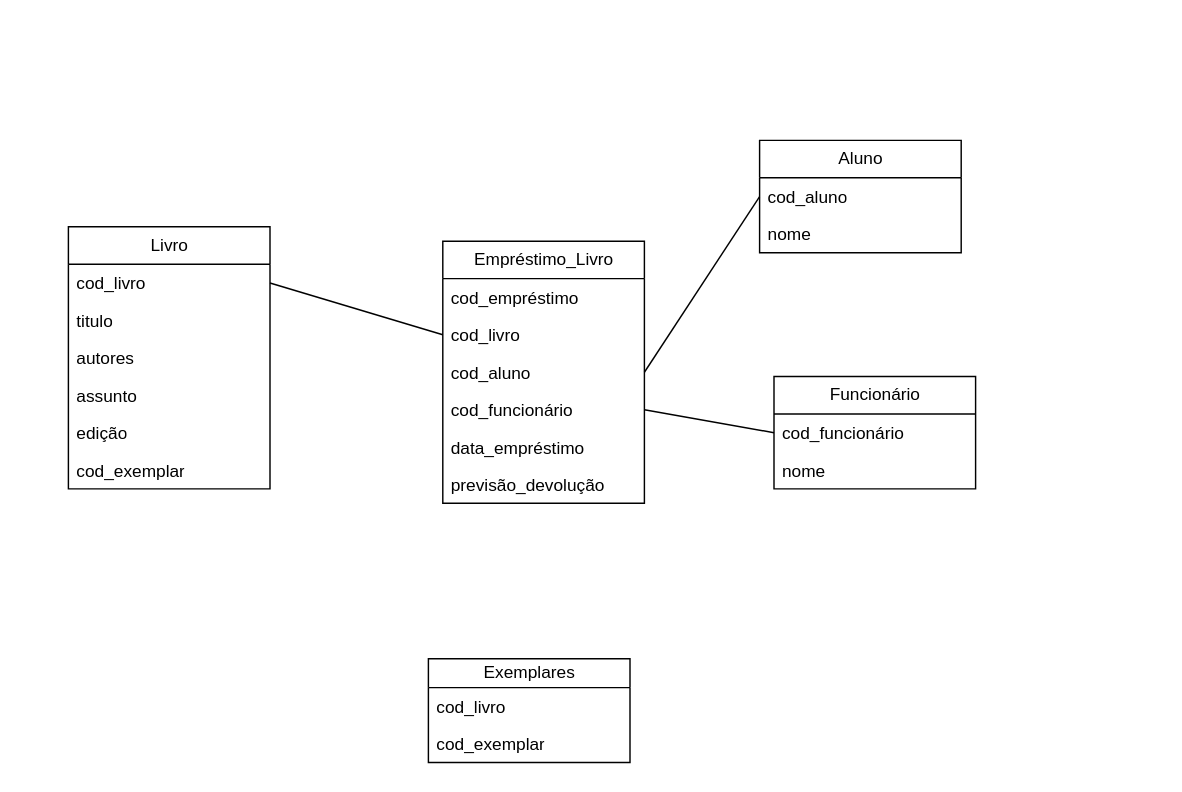
The draw.io diagram Sistema de Biblioteca.drawio in jennifergomes/BD, before the edit. Source tidied: cells renumbered, new cells numbered last; positions are measured from the earlier drawing's top-left corner, leaving out a move shared by most shapes. Both pictures are drawn from the tidied source at 144%, with x=0, y=0 at pixel (68, 140).
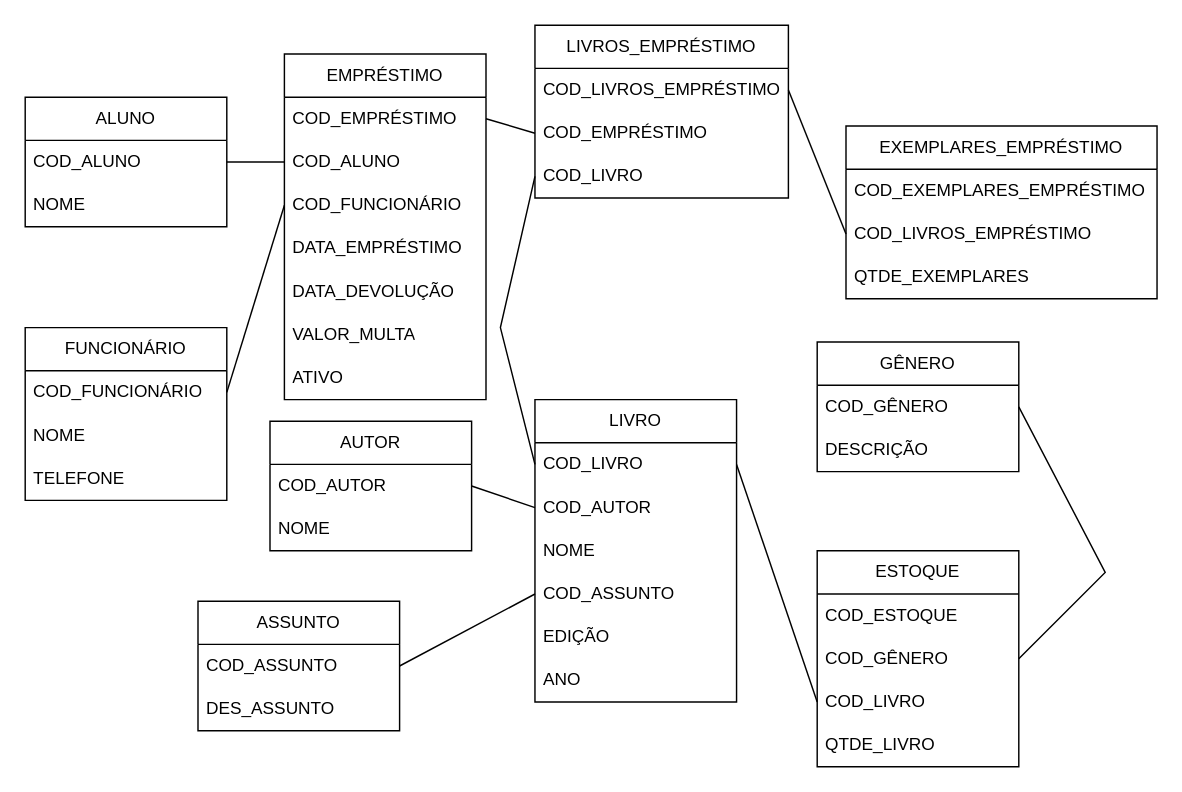
Above is the later version.

What changed in the source:
```diff
@@
-    <mxCell id="2" value="Funcionário" style="swimlane;fontStyle=0;horizontal=1;startSize=26;fillColor=none;html=1;" parent="1" vertex="1">
-      <mxGeometry x="490" y="164" width="140" height="78" as="geometry" />
-    </mxCell>
-    <mxCell id="3" value="cod_funcionário" style="text;strokeColor=none;fillColor=none;align=left;verticalAlign=top;spacingLeft=4;spacingRight=4;overflow=hidden;points=[[0,0.5],[1,0.5]];portConstraint=eastwest;whiteSpace=wrap;html=1;" parent="2" vertex="1">
-      <mxGeometry y="26" width="140" height="26" as="geometry" />
-    </mxCell>
-    <mxCell id="4" value="nome" style="text;strokeColor=none;fillColor=none;align=left;verticalAlign=top;spacingLeft=4;spacingRight=4;overflow=hidden;whiteSpace=wrap;html=1;" parent="2" vertex="1">
-      <mxGeometry y="52" width="140" height="26" as="geometry" />
-    </mxCell>
-    <mxCell id="5" value="Aluno" style="swimlane;fontStyle=0;horizontal=1;startSize=26;fillColor=none;html=1;" parent="1" vertex="1">
-      <mxGeometry x="480" width="140" height="78" as="geometry" />
-    </mxCell>
-    <mxCell id="6" value="cod_aluno" style="text;strokeColor=none;fillColor=none;align=left;verticalAlign=top;spacingLeft=4;spacingRight=4;overflow=hidden;points=[[0,0.5],[1,0.5]];portConstraint=eastwest;whiteSpace=wrap;html=1;" parent="5" vertex="1">
-      <mxGeometry y="26" width="140" height="26" as="geometry" />
-    </mxCell>
-    <mxCell id="7" value="nome" style="text;strokeColor=none;fillColor=none;align=left;verticalAlign=top;spacingLeft=4;spacingRight=4;overflow=hidden;whiteSpace=wrap;html=1;" parent="5" vertex="1">
-      <mxGeometry y="52" width="140" height="26" as="geometry" />
-    </mxCell>
-    <mxCell id="8" value="Livro" style="swimlane;fontStyle=0;horizontal=1;startSize=26;fillColor=none;html=1;" parent="1" vertex="1">
-      <mxGeometry y="60" width="140" height="182" as="geometry" />
-    </mxCell>
-    <mxCell id="9" value="cod_livro" style="text;strokeColor=none;fillColor=none;align=left;verticalAlign=top;spacingLeft=4;spacingRight=4;overflow=hidden;points=[[0,0.5],[1,0.5]];portConstraint=eastwest;whiteSpace=wrap;html=1;" parent="8" vertex="1">
-      <mxGeometry y="26" width="140" height="26" as="geometry" />
-    </mxCell>
-    <mxCell id="10" value="titulo" style="text;strokeColor=none;fillColor=none;align=left;verticalAlign=top;spacingLeft=4;spacingRight=4;overflow=hidden;whiteSpace=wrap;html=1;" parent="8" vertex="1">
-      <mxGeometry y="52" width="140" height="26" as="geometry" />
-    </mxCell>
-    <mxCell id="11" value="autores" style="text;strokeColor=none;fillColor=none;align=left;verticalAlign=top;spacingLeft=4;spacingRight=4;overflow=hidden;whiteSpace=wrap;html=1;" parent="8" vertex="1">
-      <mxGeometry y="78" width="140" height="26" as="geometry" />
-    </mxCell>
-    <mxCell id="12" value="assunto" style="text;strokeColor=none;fillColor=none;align=left;verticalAlign=top;spacingLeft=4;spacingRight=4;overflow=hidden;whiteSpace=wrap;html=1;" parent="8" vertex="1">
-      <mxGeometry y="104" width="140" height="26" as="geometry" />
-    </mxCell>
-    <mxCell id="13" value="edição" style="text;strokeColor=none;fillColor=none;align=left;verticalAlign=top;spacingLeft=4;spacingRight=4;overflow=hidden;whiteSpace=wrap;html=1;" parent="8" vertex="1">
-      <mxGeometry y="130" width="140" height="26" as="geometry" />
-    </mxCell>
-    <mxCell id="14" value="cod_exemplar" style="text;strokeColor=none;fillColor=none;align=left;verticalAlign=top;spacingLeft=4;spacingRight=4;overflow=hidden;whiteSpace=wrap;html=1;" parent="8" vertex="1">
-      <mxGeometry y="156" width="140" height="26" as="geometry" />
-    </mxCell>
-    <mxCell id="15" value="Empréstimo_Livro" style="swimlane;fontStyle=0;horizontal=1;startSize=26;fillColor=none;html=1;" parent="1" vertex="1">
-      <mxGeometry x="260" y="70" width="140" height="182" as="geometry" />
-    </mxCell>
-    <mxCell id="16" value="cod_empréstimo" style="text;strokeColor=none;fillColor=none;align=left;verticalAlign=top;spacingLeft=4;spacingRight=4;overflow=hidden;whiteSpace=wrap;html=1;" parent="15" vertex="1">
-      <mxGeometry y="26" width="140" height="26" as="geometry" />
-    </mxCell>
-    <mxCell id="17" value="cod_livro" style="text;strokeColor=none;fillColor=none;align=left;verticalAlign=top;spacingLeft=4;spacingRight=4;overflow=hidden;points=[[0,0.5],[1,0.5]];portConstraint=eastwest;whiteSpace=wrap;html=1;" parent="15" vertex="1">
-      <mxGeometry y="52" width="140" height="26" as="geometry" />
-    </mxCell>
-    <mxCell id="18" value="cod_aluno" style="text;strokeColor=none;fillColor=none;align=left;verticalAlign=top;spacingLeft=4;spacingRight=4;overflow=hidden;points=[[0,0.5],[1,0.5]];portConstraint=eastwest;whiteSpace=wrap;html=1;" parent="15" vertex="1">
-      <mxGeometry y="78" width="140" height="26" as="geometry" />
-    </mxCell>
-    <mxCell id="19" value="cod_funcionário" style="text;strokeColor=none;fillColor=none;align=left;verticalAlign=top;spacingLeft=4;spacingRight=4;overflow=hidden;points=[[0,0.5],[1,0.5]];portConstraint=eastwest;whiteSpace=wrap;html=1;" parent="15" vertex="1">
-      <mxGeometry y="104" width="140" height="26" as="geometry" />
-    </mxCell>
-    <mxCell id="20" value="data_empréstimo" style="text;strokeColor=none;fillColor=none;align=left;verticalAlign=top;spacingLeft=4;spacingRight=4;overflow=hidden;whiteSpace=wrap;html=1;" parent="15" vertex="1">
-      <mxGeometry y="130" width="140" height="26" as="geometry" />
-    </mxCell>
-    <mxCell id="21" value="previsão_devolução" style="text;strokeColor=none;fillColor=none;align=left;verticalAlign=top;spacingLeft=4;spacingRight=4;overflow=hidden;whiteSpace=wrap;html=1;" parent="15" vertex="1">
-      <mxGeometry y="156" width="140" height="26" as="geometry" />
-    </mxCell>
-    <mxCell id="22" style="endArrow=none;html=1;rounded=0;exitX=1;exitY=0.5;exitDx=0;exitDy=0;entryX=0;entryY=0.5;entryDx=0;entryDy=0;" parent="1" edge="1" source="9" target="17">
-      <mxGeometry relative="1" as="geometry" />
-    </mxCell>
-    <mxCell id="23" style="endArrow=none;html=1;rounded=0;entryX=1;entryY=0.5;entryDx=0;entryDy=0;exitX=0;exitY=0.5;exitDx=0;exitDy=0;" parent="1" edge="1" source="6" target="18">
-      <mxGeometry relative="1" as="geometry" />
-    </mxCell>
-    <mxCell id="24" style="endArrow=none;html=1;rounded=0;exitX=1;exitY=0.5;exitDx=0;exitDy=0;entryX=0;entryY=0.5;entryDx=0;entryDy=0;" parent="1" edge="1" source="19" target="3">
-      <mxGeometry relative="1" as="geometry" />
-    </mxCell>
-    <mxCell id="25" value="Exemplares" style="swimlane;fontStyle=0;horizontal=1;startSize=20;fillColor=none;html=1;" parent="1" vertex="1">
-      <mxGeometry x="250" y="360" width="140" height="72" as="geometry" />
-    </mxCell>
-    <mxCell id="26" value="cod_livro" style="text;strokeColor=none;fillColor=none;align=left;verticalAlign=top;spacingLeft=4;spacingRight=4;overflow=hidden;whiteSpace=wrap;html=1;" parent="25" vertex="1">
-      <mxGeometry y="20" width="140" height="26" as="geometry" />
-    </mxCell>
-    <mxCell id="27" value="cod_exemplar" style="text;strokeColor=none;fillColor=none;align=left;verticalAlign=top;spacingLeft=4;spacingRight=4;overflow=hidden;whiteSpace=wrap;html=1;" parent="25" vertex="1">
-      <mxGeometry y="46" width="140" height="26" as="geometry" />
-    </mxCell>
+    <mxCell id="28" value="ALUNO" style="swimlane;fontStyle=0;horizontal=1;startSize=30;whiteSpace=wrap;html=1;" parent="1" vertex="1">
+      <mxGeometry x="-30" y="-30" width="140" height="90" as="geometry" />
+    </mxCell>
+    <mxCell id="29" value="COD_ALUNO" style="text;strokeColor=none;fillColor=none;align=left;verticalAlign=middle;spacingLeft=4;spacingRight=4;overflow=hidden;points=[[0,0.5],[1,0.5]];portConstraint=eastwest;whiteSpace=wrap;html=1;" parent="28" vertex="1">
+      <mxGeometry y="30" width="140" height="30" as="geometry" />
+    </mxCell>
+    <mxCell id="30" value="NOME" style="text;strokeColor=none;fillColor=none;align=left;verticalAlign=middle;spacingLeft=4;spacingRight=4;overflow=hidden;whiteSpace=wrap;html=1;" parent="28" vertex="1">
+      <mxGeometry y="60" width="140" height="30" as="geometry" />
+    </mxCell>
+    <mxCell id="31" value="EMPRÉSTIMO" style="swimlane;fontStyle=0;horizontal=1;startSize=30;whiteSpace=wrap;html=1;" parent="1" vertex="1">
+      <mxGeometry x="150" y="-60" width="140" height="240" as="geometry" />
+    </mxCell>
+    <mxCell id="32" value="COD_EMPRÉSTIMO" style="text;strokeColor=none;fillColor=none;align=left;verticalAlign=middle;spacingLeft=4;spacingRight=4;overflow=hidden;points=[[0,0.5],[1,0.5]];portConstraint=eastwest;whiteSpace=wrap;html=1;" parent="31" vertex="1">
+      <mxGeometry y="30" width="140" height="30" as="geometry" />
+    </mxCell>
+    <mxCell id="33" value="COD_ALUNO" style="text;strokeColor=none;fillColor=none;align=left;verticalAlign=middle;spacingLeft=4;spacingRight=4;overflow=hidden;points=[[0,0.5],[1,0.5]];portConstraint=eastwest;whiteSpace=wrap;html=1;" parent="31" vertex="1">
+      <mxGeometry y="60" width="140" height="30" as="geometry" />
+    </mxCell>
+    <mxCell id="34" value="COD_FUNCIONÁRIO" style="text;strokeColor=none;fillColor=none;align=left;verticalAlign=middle;spacingLeft=4;spacingRight=4;overflow=hidden;points=[[0,0.5],[1,0.5]];portConstraint=eastwest;whiteSpace=wrap;html=1;" parent="31" vertex="1">
+      <mxGeometry y="90" width="140" height="30" as="geometry" />
+    </mxCell>
+    <mxCell id="35" value="DATA_EMPRÉSTIMO" style="text;strokeColor=none;fillColor=none;align=left;verticalAlign=middle;spacingLeft=4;spacingRight=4;overflow=hidden;whiteSpace=wrap;html=1;" parent="31" vertex="1">
+      <mxGeometry y="120" width="140" height="30" as="geometry" />
+    </mxCell>
+    <mxCell id="36" value="DATA_DEVOLUÇÃO" style="text;strokeColor=none;fillColor=none;align=left;verticalAlign=middle;spacingLeft=4;spacingRight=4;overflow=hidden;whiteSpace=wrap;html=1;" parent="31" vertex="1">
+      <mxGeometry y="150" width="140" height="30" as="geometry" />
+    </mxCell>
+    <mxCell id="37" value="VALOR_MULTA" style="text;strokeColor=none;fillColor=none;align=left;verticalAlign=middle;spacingLeft=4;spacingRight=4;overflow=hidden;whiteSpace=wrap;html=1;" parent="31" vertex="1">
+      <mxGeometry y="180" width="140" height="30" as="geometry" />
+    </mxCell>
+    <mxCell id="38" value="ATIVO" style="text;strokeColor=none;fillColor=none;align=left;verticalAlign=middle;spacingLeft=4;spacingRight=4;overflow=hidden;whiteSpace=wrap;html=1;" parent="31" vertex="1">
+      <mxGeometry y="210" width="140" height="30" as="geometry" />
+    </mxCell>
+    <mxCell id="39" value="LIVROS_EMPRÉSTIMO" style="swimlane;fontStyle=0;horizontal=1;startSize=30;whiteSpace=wrap;html=1;" parent="1" vertex="1">
+      <mxGeometry x="324" y="-80" width="176" height="120" as="geometry" />
+    </mxCell>
+    <mxCell id="40" value="COD_LIVROS_EMPRÉSTIMO" style="text;strokeColor=none;fillColor=none;align=left;verticalAlign=middle;spacingLeft=4;spacingRight=4;overflow=hidden;points=[[0,0.5],[1,0.5]];portConstraint=eastwest;whiteSpace=wrap;html=1;" parent="39" vertex="1">
+      <mxGeometry y="30" width="176" height="30" as="geometry" />
+    </mxCell>
+    <mxCell id="41" value="COD_EMPRÉSTIMO" style="text;strokeColor=none;fillColor=none;align=left;verticalAlign=middle;spacingLeft=4;spacingRight=4;overflow=hidden;points=[[0,0.5],[1,0.5]];portConstraint=eastwest;whiteSpace=wrap;html=1;" parent="39" vertex="1">
+      <mxGeometry y="60" width="176" height="30" as="geometry" />
+    </mxCell>
+    <mxCell id="42" value="COD_LIVRO" style="text;strokeColor=none;fillColor=none;align=left;verticalAlign=middle;spacingLeft=4;spacingRight=4;overflow=hidden;points=[[0,0.5],[1,0.5]];portConstraint=eastwest;whiteSpace=wrap;html=1;" parent="39" vertex="1">
+      <mxGeometry y="90" width="176" height="30" as="geometry" />
+    </mxCell>
+    <mxCell id="43" value="FUNCIONÁRIO" style="swimlane;fontStyle=0;horizontal=1;startSize=30;whiteSpace=wrap;html=1;" parent="1" vertex="1">
+      <mxGeometry x="-30" y="130" width="140" height="120" as="geometry" />
+    </mxCell>
+    <mxCell id="44" value="COD_FUNCIONÁRIO" style="text;strokeColor=none;fillColor=none;align=left;verticalAlign=middle;spacingLeft=4;spacingRight=4;overflow=hidden;points=[[0,0.5],[1,0.5]];portConstraint=eastwest;whiteSpace=wrap;html=1;" parent="43" vertex="1">
+      <mxGeometry y="30" width="140" height="30" as="geometry" />
+    </mxCell>
+    <mxCell id="45" value="NOME" style="text;strokeColor=none;fillColor=none;align=left;verticalAlign=middle;spacingLeft=4;spacingRight=4;overflow=hidden;whiteSpace=wrap;html=1;" parent="43" vertex="1">
+      <mxGeometry y="60" width="140" height="30" as="geometry" />
+    </mxCell>
+    <mxCell id="46" value="TELEFONE" style="text;strokeColor=none;fillColor=none;align=left;verticalAlign=middle;spacingLeft=4;spacingRight=4;overflow=hidden;whiteSpace=wrap;html=1;" parent="43" vertex="1">
+      <mxGeometry y="90" width="140" height="30" as="geometry" />
+    </mxCell>
+    <mxCell id="47" value="AUTOR" style="swimlane;fontStyle=0;horizontal=1;startSize=30;whiteSpace=wrap;html=1;" parent="1" vertex="1">
+      <mxGeometry x="140" y="195" width="140" height="90" as="geometry" />
+    </mxCell>
+    <mxCell id="48" value="COD_AUTOR" style="text;strokeColor=none;fillColor=none;align=left;verticalAlign=middle;spacingLeft=4;spacingRight=4;overflow=hidden;points=[[0,0.5],[1,0.5]];portConstraint=eastwest;whiteSpace=wrap;html=1;" parent="47" vertex="1">
+      <mxGeometry y="30" width="140" height="30" as="geometry" />
+    </mxCell>
+    <mxCell id="49" value="NOME" style="text;strokeColor=none;fillColor=none;align=left;verticalAlign=middle;spacingLeft=4;spacingRight=4;overflow=hidden;whiteSpace=wrap;html=1;" parent="47" vertex="1">
+      <mxGeometry y="60" width="140" height="30" as="geometry" />
+    </mxCell>
+    <mxCell id="50" value="LIVRO" style="swimlane;fontStyle=0;horizontal=1;startSize=30;whiteSpace=wrap;html=1;" parent="1" vertex="1">
+      <mxGeometry x="324" y="180" width="140" height="210" as="geometry" />
+    </mxCell>
+    <mxCell id="51" value="COD_LIVRO" style="text;strokeColor=none;fillColor=none;align=left;verticalAlign=middle;spacingLeft=4;spacingRight=4;overflow=hidden;points=[[0,0.5],[1,0.5]];portConstraint=eastwest;whiteSpace=wrap;html=1;" parent="50" vertex="1">
+      <mxGeometry y="30" width="140" height="30" as="geometry" />
+    </mxCell>
+    <mxCell id="52" value="COD_AUTOR" style="text;strokeColor=none;fillColor=none;align=left;verticalAlign=middle;spacingLeft=4;spacingRight=4;overflow=hidden;points=[[0,0.5],[1,0.5]];portConstraint=eastwest;whiteSpace=wrap;html=1;" parent="50" vertex="1">
+      <mxGeometry y="60" width="140" height="30" as="geometry" />
+    </mxCell>
+    <mxCell id="53" value="NOME" style="text;strokeColor=none;fillColor=none;align=left;verticalAlign=middle;spacingLeft=4;spacingRight=4;overflow=hidden;whiteSpace=wrap;html=1;" parent="50" vertex="1">
+      <mxGeometry y="90" width="140" height="30" as="geometry" />
+    </mxCell>
+    <mxCell id="54" value="COD_ASSUNTO" style="text;strokeColor=none;fillColor=none;align=left;verticalAlign=middle;spacingLeft=4;spacingRight=4;overflow=hidden;points=[[0,0.5],[1,0.5]];portConstraint=eastwest;whiteSpace=wrap;html=1;" parent="50" vertex="1">
+      <mxGeometry y="120" width="140" height="30" as="geometry" />
+    </mxCell>
+    <mxCell id="55" value="EDIÇÃO" style="text;strokeColor=none;fillColor=none;align=left;verticalAlign=middle;spacingLeft=4;spacingRight=4;overflow=hidden;whiteSpace=wrap;html=1;" parent="50" vertex="1">
+      <mxGeometry y="150" width="140" height="30" as="geometry" />
+    </mxCell>
+    <mxCell id="56" value="ANO" style="text;strokeColor=none;fillColor=none;align=left;verticalAlign=middle;spacingLeft=4;spacingRight=4;overflow=hidden;whiteSpace=wrap;html=1;" parent="50" vertex="1">
+      <mxGeometry y="180" width="140" height="30" as="geometry" />
+    </mxCell>
+    <mxCell id="57" value="EXEMPLARES_EMPRÉSTIMO" style="swimlane;fontStyle=0;horizontal=1;startSize=30;whiteSpace=wrap;html=1;" parent="1" vertex="1">
+      <mxGeometry x="540" y="-10" width="216" height="120" as="geometry" />
+    </mxCell>
+    <mxCell id="58" value="COD_EXEMPLARES_EMPRÉSTIMO" style="text;strokeColor=none;fillColor=none;align=left;verticalAlign=middle;spacingLeft=4;spacingRight=4;overflow=hidden;whiteSpace=wrap;html=1;" parent="57" vertex="1">
+      <mxGeometry y="30" width="216" height="30" as="geometry" />
+    </mxCell>
+    <mxCell id="59" value="COD_LIVROS_EMPRÉSTIMO" style="text;strokeColor=none;fillColor=none;align=left;verticalAlign=middle;spacingLeft=4;spacingRight=4;overflow=hidden;points=[[0,0.5],[1,0.5]];portConstraint=eastwest;whiteSpace=wrap;html=1;" parent="57" vertex="1">
+      <mxGeometry y="60" width="216" height="30" as="geometry" />
+    </mxCell>
+    <mxCell id="60" value="QTDE_EXEMPLARES" style="text;strokeColor=none;fillColor=none;align=left;verticalAlign=middle;spacingLeft=4;spacingRight=4;overflow=hidden;whiteSpace=wrap;html=1;" parent="57" vertex="1">
+      <mxGeometry y="90" width="216" height="30" as="geometry" />
+    </mxCell>
+    <mxCell id="61" style="endArrow=none;html=1;rounded=0;exitX=1;exitY=0.5;exitDx=0;exitDy=0;entryX=0;entryY=0.5;entryDx=0;entryDy=0;" parent="1" edge="1" source="29" target="33">
+      <mxGeometry relative="1" as="geometry" />
+    </mxCell>
+    <mxCell id="62" style="endArrow=none;html=1;rounded=0;exitX=1;exitY=0.5;exitDx=0;exitDy=0;entryX=0;entryY=0.5;entryDx=0;entryDy=0;" parent="1" edge="1" source="48" target="52">
+      <mxGeometry relative="1" as="geometry" />
+    </mxCell>
+    <mxCell id="63" style="endArrow=none;html=1;rounded=0;entryX=1;entryY=0.5;entryDx=0;entryDy=0;exitX=0;exitY=0.5;exitDx=0;exitDy=0;" parent="1" edge="1" source="59" target="40">
+      <mxGeometry relative="1" as="geometry" />
+    </mxCell>
+    <mxCell id="64" style="endArrow=none;html=1;rounded=0;exitX=1;exitY=0.5;exitDx=0;exitDy=0;entryX=0;entryY=0.5;entryDx=0;entryDy=0;" parent="1" edge="1" source="32" target="41">
+      <mxGeometry relative="1" as="geometry" />
+    </mxCell>
+    <mxCell id="65" style="endArrow=none;html=1;rounded=0;exitX=1;exitY=0.5;exitDx=0;exitDy=0;entryX=0;entryY=0.5;entryDx=0;entryDy=0;" parent="1" edge="1" source="44" target="34">
+      <mxGeometry relative="1" as="geometry" />
+    </mxCell>
+    <mxCell id="66" value="ASSUNTO" style="swimlane;fontStyle=0;horizontal=1;startSize=30;whiteSpace=wrap;html=1;" parent="1" vertex="1">
+      <mxGeometry x="90" y="320" width="140" height="90" as="geometry" />
+    </mxCell>
+    <mxCell id="67" value="COD_ASSUNTO" style="text;strokeColor=none;fillColor=none;align=left;verticalAlign=middle;spacingLeft=4;spacingRight=4;overflow=hidden;points=[[0,0.5],[1,0.5]];portConstraint=eastwest;whiteSpace=wrap;html=1;" parent="66" vertex="1">
+      <mxGeometry y="30" width="140" height="30" as="geometry" />
+    </mxCell>
+    <mxCell id="68" value="DES_ASSUNTO" style="text;strokeColor=none;fillColor=none;align=left;verticalAlign=middle;spacingLeft=4;spacingRight=4;overflow=hidden;whiteSpace=wrap;html=1;" parent="66" vertex="1">
+      <mxGeometry y="60" width="140" height="30" as="geometry" />
+    </mxCell>
+    <mxCell id="69" style="endArrow=none;html=1;rounded=0;entryX=1;entryY=0.5;entryDx=0;entryDy=0;exitX=0;exitY=0.5;exitDx=0;exitDy=0;" parent="1" edge="1" source="54" target="67">
+      <mxGeometry relative="1" as="geometry" />
+    </mxCell>
+    <mxCell id="70" style="endArrow=none;html=1;rounded=0;exitX=0;exitY=0.5;exitDx=0;exitDy=0;entryX=0;entryY=0.5;entryDx=0;entryDy=0;" parent="1" edge="1" source="51" target="42">
+      <mxGeometry relative="1" as="geometry">
+        <Array as="points">
+          <mxPoint x="300" y="130" />
+        </Array>
+      </mxGeometry>
+    </mxCell>
+    <mxCell id="71" value="ESTOQUE" style="swimlane;fontStyle=0;horizontal=1;startSize=30;whiteSpace=wrap;html=1;" parent="1" vertex="1">
+      <mxGeometry x="520" y="285" width="140" height="150" as="geometry" />
+    </mxCell>
+    <mxCell id="72" value="COD_ESTOQUE" style="text;strokeColor=none;fillColor=none;align=left;verticalAlign=middle;spacingLeft=4;spacingRight=4;overflow=hidden;whiteSpace=wrap;html=1;" parent="71" vertex="1">
+      <mxGeometry y="30" width="140" height="30" as="geometry" />
+    </mxCell>
+    <mxCell id="73" value="COD_GÊNERO" style="text;strokeColor=none;fillColor=none;align=left;verticalAlign=middle;spacingLeft=4;spacingRight=4;overflow=hidden;points=[[0,0.5],[1,0.5]];portConstraint=eastwest;whiteSpace=wrap;html=1;" parent="71" vertex="1">
+      <mxGeometry y="60" width="140" height="30" as="geometry" />
+    </mxCell>
+    <mxCell id="74" value="COD_LIVRO" style="text;strokeColor=none;fillColor=none;align=left;verticalAlign=middle;spacingLeft=4;spacingRight=4;overflow=hidden;points=[[0,0.5],[1,0.5]];portConstraint=eastwest;whiteSpace=wrap;html=1;" parent="71" vertex="1">
+      <mxGeometry y="90" width="140" height="30" as="geometry" />
+    </mxCell>
+    <mxCell id="75" value="QTDE_LIVRO" style="text;strokeColor=none;fillColor=none;align=left;verticalAlign=middle;spacingLeft=4;spacingRight=4;overflow=hidden;whiteSpace=wrap;html=1;" parent="71" vertex="1">
+      <mxGeometry y="120" width="140" height="30" as="geometry" />
+    </mxCell>
+    <mxCell id="76" value="GÊNERO" style="swimlane;fontStyle=0;horizontal=1;startSize=30;whiteSpace=wrap;html=1;" parent="1" vertex="1">
+      <mxGeometry x="520" y="140" width="140" height="90" as="geometry" />
+    </mxCell>
+    <mxCell id="77" value="COD_GÊNERO" style="text;strokeColor=none;fillColor=none;align=left;verticalAlign=middle;spacingLeft=4;spacingRight=4;overflow=hidden;points=[[0,0.5],[1,0.5]];portConstraint=eastwest;whiteSpace=wrap;html=1;" parent="76" vertex="1">
+      <mxGeometry y="30" width="140" height="30" as="geometry" />
+    </mxCell>
+    <mxCell id="78" value="DESCRIÇÃO" style="text;strokeColor=none;fillColor=none;align=left;verticalAlign=middle;spacingLeft=4;spacingRight=4;overflow=hidden;whiteSpace=wrap;html=1;" parent="76" vertex="1">
+      <mxGeometry y="60" width="140" height="30" as="geometry" />
+    </mxCell>
+    <mxCell id="79" style="endArrow=none;html=1;rounded=0;entryX=1;entryY=0.5;entryDx=0;entryDy=0;exitX=1;exitY=0.5;exitDx=0;exitDy=0;" parent="1" edge="1" source="73" target="77">
+      <mxGeometry relative="1" as="geometry">
+        <Array as="points">
+          <mxPoint x="720" y="300" />
+        </Array>
+      </mxGeometry>
+    </mxCell>
+    <mxCell id="80" style="endArrow=none;html=1;rounded=0;entryX=0;entryY=0.5;entryDx=0;entryDy=0;exitX=1;exitY=0.5;exitDx=0;exitDy=0;" parent="1" edge="1" source="51" target="74">
+      <mxGeometry relative="1" as="geometry" />
+    </mxCell>
```
